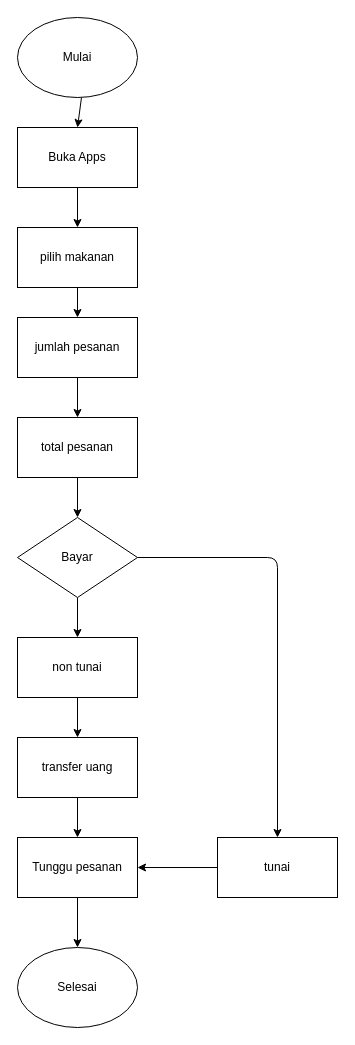
Novrianda/novrianda-foods_apps keeps this draw.io diagram as flowchart.drawio. Above is the earlier version. Source tidied: cells renumbered, new cells numbered last; positions are measured from the earlier drawing's top-left corner, leaving out a move shared by most shapes. Both pictures are drawn from the tidied source at 100%, with x=0, y=0 at pixel (17, 17).
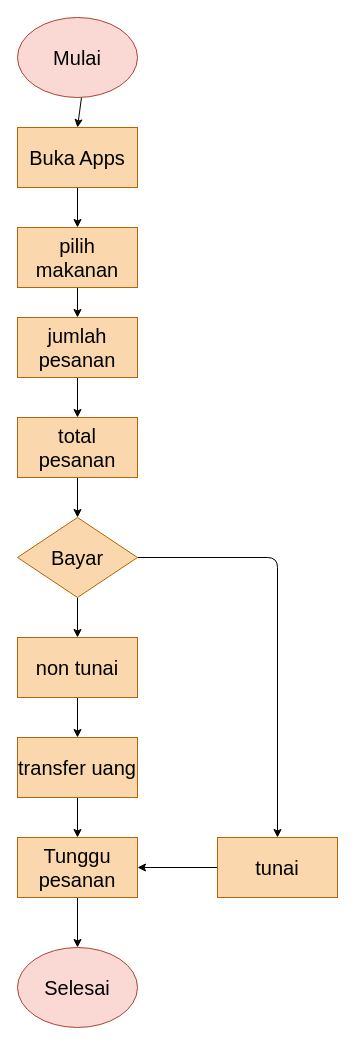
The same page after the edit.

Commit message:
flowchart selesai

Diff of the diagram source:
```diff
@@
-    <mxCell id="3" value="Mulai" style="ellipse;whiteSpace=wrap;html=1;" parent="1" vertex="1">
+    <mxCell id="3" value="Mulai" style="ellipse;whiteSpace=wrap;html=1;fillColor=#fad9d5;strokeColor=#ae4132;fontSize=20;fontColor=#000000;" parent="1" vertex="1">
       <mxGeometry width="120" height="80" as="geometry" />
     </mxCell>
@@
-    <mxCell id="5" value="Buka Apps" style="rounded=0;whiteSpace=wrap;html=1;" parent="1" vertex="1">
+    <mxCell id="5" value="Buka Apps" style="rounded=0;whiteSpace=wrap;html=1;fillColor=#fad7ac;strokeColor=#b46504;fontSize=20;fontColor=#000000;" parent="1" vertex="1">
       <mxGeometry y="110" width="120" height="60" as="geometry" />
     </mxCell>
@@
-    <mxCell id="7" value="pilih makanan" style="rounded=0;whiteSpace=wrap;html=1;" parent="1" vertex="1">
+    <mxCell id="7" value="pilih makanan" style="rounded=0;whiteSpace=wrap;html=1;fillColor=#fad7ac;strokeColor=#b46504;fontSize=20;fontColor=#000000;" parent="1" vertex="1">
       <mxGeometry y="210" width="120" height="60" as="geometry" />
     </mxCell>
@@
-    <mxCell id="9" value="jumlah pesanan" style="rounded=0;whiteSpace=wrap;html=1;" parent="1" vertex="1">
+    <mxCell id="9" value="jumlah pesanan" style="rounded=0;whiteSpace=wrap;html=1;fillColor=#fad7ac;strokeColor=#b46504;fontColor=#000000;fontSize=20;" parent="1" vertex="1">
       <mxGeometry y="300" width="120" height="60" as="geometry" />
     </mxCell>
@@
-    <mxCell id="11" value="total pesanan" style="rounded=0;whiteSpace=wrap;html=1;" parent="1" vertex="1">
+    <mxCell id="11" value="total pesanan" style="rounded=0;whiteSpace=wrap;html=1;fillColor=#fad7ac;strokeColor=#b46504;fontSize=20;fontColor=#000000;" parent="1" vertex="1">
       <mxGeometry y="400" width="120" height="60" as="geometry" />
     </mxCell>
@@
-    <mxCell id="14" value="Bayar" style="rhombus;whiteSpace=wrap;html=1;" parent="1" vertex="1">
+    <mxCell id="14" value="Bayar" style="rhombus;whiteSpace=wrap;html=1;fillColor=#fad7ac;strokeColor=#b46504;fontSize=20;fontColor=#000000;" parent="1" vertex="1">
       <mxGeometry y="500" width="120" height="80" as="geometry" />
     </mxCell>
@@
-    <mxCell id="16" value="non tunai" style="rounded=0;whiteSpace=wrap;html=1;" parent="1" vertex="1">
+    <mxCell id="16" value="non tunai" style="rounded=0;whiteSpace=wrap;html=1;fillColor=#fad7ac;strokeColor=#b46504;fontSize=20;fontColor=#000000;" parent="1" vertex="1">
       <mxGeometry y="620" width="120" height="60" as="geometry" />
     </mxCell>
@@
-    <mxCell id="18" value="transfer uang" style="rounded=0;whiteSpace=wrap;html=1;" parent="1" vertex="1">
+    <mxCell id="18" value="transfer uang" style="rounded=0;whiteSpace=wrap;html=1;fillColor=#fad7ac;strokeColor=#b46504;labelBackgroundColor=none;fontSize=20;fontColor=#000000;" parent="1" vertex="1">
       <mxGeometry y="720" width="120" height="60" as="geometry" />
     </mxCell>
@@
-    <mxCell id="20" value="Tunggu pesanan" style="rounded=0;whiteSpace=wrap;html=1;" parent="1" vertex="1">
+    <mxCell id="20" value="Tunggu pesanan" style="rounded=0;whiteSpace=wrap;html=1;fontSize=20;fillColor=#fad7ac;strokeColor=#b46504;fontColor=#000000;" parent="1" vertex="1">
       <mxGeometry y="820" width="120" height="60" as="geometry" />
     </mxCell>
-    <mxCell id="21" value="Selesai" style="ellipse;whiteSpace=wrap;html=1;" parent="1" vertex="1">
+    <mxCell id="21" value="Selesai" style="ellipse;whiteSpace=wrap;html=1;fillColor=#fad9d5;strokeColor=#ae4132;fontColor=#000000;fontSize=20;" parent="1" vertex="1">
       <mxGeometry y="930" width="120" height="80" as="geometry" />
     </mxCell>
@@
-    <mxCell id="23" value="tunai" style="rounded=0;whiteSpace=wrap;html=1;" parent="1" vertex="1">
+    <mxCell id="23" value="tunai" style="rounded=0;whiteSpace=wrap;html=1;fontSize=20;fillColor=#fad7ac;strokeColor=#b46504;fontColor=#000000;" parent="1" vertex="1">
       <mxGeometry x="200" y="820" width="120" height="60" as="geometry" />
     </mxCell>
```
